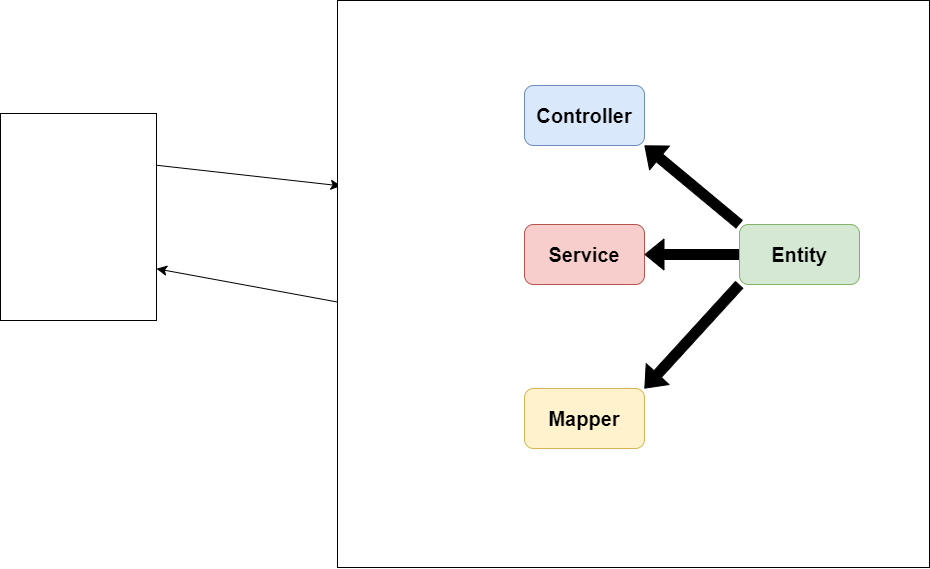
The draw.io diagram アプリケーション概略図.drawio.png in InoseDa/spring, before a commit. Source tidied: cells renumbered, new cells last; positions are measured from the earlier drawing's top-left corner, leaving out a move shared by most shapes. Source of this version:
```xml
<mxGraphModel>
  <root>
    <mxCell id="0" />
    <mxCell id="1" parent="0" />
    <mxCell id="2" value="&lt;br&gt;" style="edgeStyle=none;curved=1;rounded=0;jettySize=auto;html=1;exitX=0;exitY=0.75;exitDx=0;exitDy=0;fontSize=10;startSize=8;endSize=8;entryX=0.006;entryY=0.327;entryDx=0;entryDy=0;entryPerimeter=0;" parent="1" edge="1" source="4" target="5">
      <mxGeometry relative="1" as="geometry" />
    </mxCell>
    <mxCell id="3" style="edgeStyle=none;curved=1;rounded=0;jettySize=auto;html=1;exitX=0.001;exitY=0.532;exitDx=0;exitDy=0;fontSize=12;startSize=8;endSize=8;entryX=0;entryY=0.25;entryDx=0;entryDy=0;exitPerimeter=0;" parent="1" edge="1" source="5" target="4">
      <mxGeometry relative="1" as="geometry" />
    </mxCell>
    <mxCell id="4" style="rounded=0;whiteSpace=wrap;html=1;fontSize=16;direction=west;" parent="1" vertex="1">
      <mxGeometry y="113" width="156" height="207" as="geometry" />
    </mxCell>
    <mxCell id="5" style="whiteSpace=wrap;html=1;fontSize=16;" parent="1" vertex="1">
      <mxGeometry x="337" width="592" height="567" as="geometry" />
    </mxCell>
    <mxCell id="6" value="&lt;p&gt;&lt;span style=&quot;font-size: 20px;&quot;&gt;&lt;b&gt;Mapper&lt;/b&gt;&lt;/span&gt;&lt;/p&gt;" style="rounded=1;whiteSpace=wrap;html=1;fontSize=16;fillColor=#fff2cc;strokeColor=#d6b656;" parent="1" vertex="1">
      <mxGeometry x="524" y="388" width="120" height="60" as="geometry" />
    </mxCell>
    <mxCell id="7" value="&lt;p&gt;&lt;b&gt;&lt;font style=&quot;font-size: 20px;&quot; face=&quot;Helvetica&quot;&gt;Service&lt;/font&gt;&lt;/b&gt;&lt;/p&gt;" style="rounded=1;whiteSpace=wrap;html=1;fontSize=16;fillColor=#f8cecc;strokeColor=#b85450;" parent="1" vertex="1">
      <mxGeometry x="524" y="224" width="120" height="60" as="geometry" />
    </mxCell>
    <mxCell id="8" value="&lt;p&gt;&lt;b&gt;&lt;font style=&quot;font-size: 20px;&quot; face=&quot;Helvetica&quot;&gt;C&lt;/font&gt;&lt;/b&gt;&lt;b style=&quot;background-color: initial;&quot;&gt;&lt;font style=&quot;font-size: 20px;&quot; face=&quot;Helvetica&quot;&gt;ontroller&lt;/font&gt;&lt;/b&gt;&lt;/p&gt;" style="rounded=1;whiteSpace=wrap;html=1;fontSize=16;fillColor=#dae8fc;strokeColor=#6c8ebf;" parent="1" vertex="1">
      <mxGeometry x="524" y="85" width="120" height="60" as="geometry" />
    </mxCell>
    <mxCell id="9" style="edgeStyle=none;curved=1;rounded=0;jettySize=auto;html=1;exitX=0;exitY=0.5;exitDx=0;exitDy=0;entryX=1;entryY=0.5;entryDx=0;entryDy=0;fontSize=12;shape=flexArrow;fillColor=#000000;gradientColor=none;strokeColor=#000000;" parent="1" edge="1" source="12" target="7">
      <mxGeometry relative="1" as="geometry" />
    </mxCell>
    <mxCell id="10" style="edgeStyle=none;curved=1;rounded=0;jettySize=auto;html=1;exitX=0;exitY=0;exitDx=0;exitDy=0;entryX=1;entryY=1;entryDx=0;entryDy=0;fontSize=12;shape=flexArrow;fillColor=#000000;gradientColor=none;strokeColor=#000000;" parent="1" edge="1" source="12" target="8">
      <mxGeometry relative="1" as="geometry" />
    </mxCell>
    <mxCell id="11" style="edgeStyle=none;curved=1;rounded=0;jettySize=auto;html=1;exitX=0;exitY=1;exitDx=0;exitDy=0;entryX=1;entryY=0;entryDx=0;entryDy=0;fontSize=12;shape=flexArrow;strokeColor=#000000;fillColor=#000000;" parent="1" edge="1" source="12" target="6">
      <mxGeometry relative="1" as="geometry" />
    </mxCell>
    <mxCell id="12" value="&lt;p&gt;&lt;span style=&quot;font-size: 20px;&quot;&gt;&lt;b&gt;Entity&lt;/b&gt;&lt;/span&gt;&lt;/p&gt;" style="rounded=1;whiteSpace=wrap;html=1;fontSize=16;fillColor=#d5e8d4;strokeColor=#82b366;" parent="1" vertex="1">
      <mxGeometry x="739" y="224" width="120" height="60" as="geometry" />
    </mxCell>
  </root>
</mxGraphModel>
```
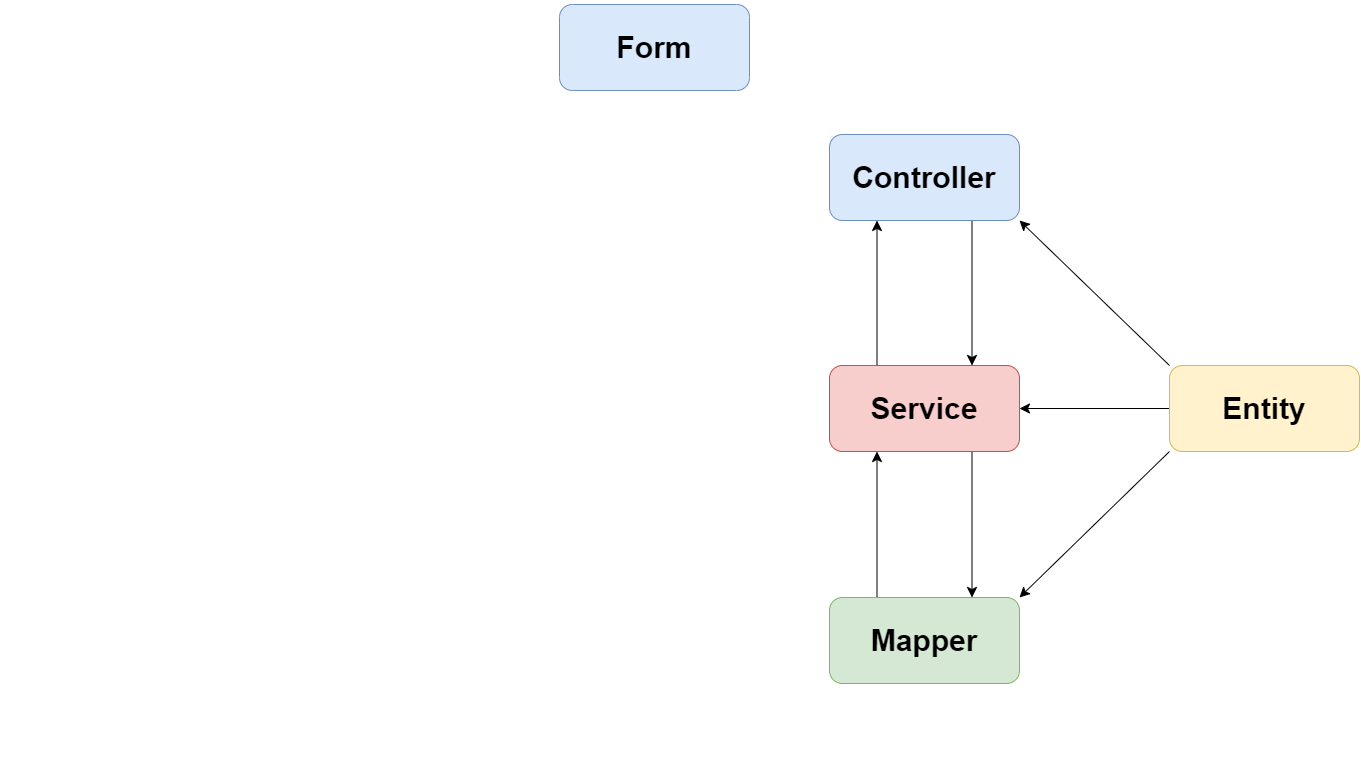
The same diagram one commit later.

Commit message:
アプリケーション概略図.drawio.png を更新します

What changed in the source:
```diff
@@ -2,38 +2,56 @@
   <root>
     <mxCell id="0" />
     <mxCell id="1" parent="0" />
-    <mxCell id="2" value="&lt;br&gt;" style="edgeStyle=none;curved=1;rounded=0;jettySize=auto;html=1;exitX=0;exitY=0.75;exitDx=0;exitDy=0;fontSize=10;startSize=8;endSize=8;entryX=0.006;entryY=0.327;entryDx=0;entryDy=0;entryPerimeter=0;" parent="1" edge="1" source="4" target="5">
-      <mxGeometry relative="1" as="geometry" />
-    </mxCell>
-    <mxCell id="3" style="edgeStyle=none;curved=1;rounded=0;jettySize=auto;html=1;exitX=0.001;exitY=0.532;exitDx=0;exitDy=0;fontSize=12;startSize=8;endSize=8;entryX=0;entryY=0.25;entryDx=0;entryDy=0;exitPerimeter=0;" parent="1" edge="1" source="5" target="4">
-      <mxGeometry relative="1" as="geometry" />
-    </mxCell>
-    <mxCell id="4" style="rounded=0;whiteSpace=wrap;html=1;fontSize=16;direction=west;" parent="1" vertex="1">
-      <mxGeometry y="113" width="156" height="207" as="geometry" />
-    </mxCell>
-    <mxCell id="5" style="whiteSpace=wrap;html=1;fontSize=16;" parent="1" vertex="1">
-      <mxGeometry x="337" width="592" height="567" as="geometry" />
-    </mxCell>
+    <mxCell id="13" style="edgeStyle=none;curved=1;rounded=0;orthogonalLoop=1;jettySize=auto;html=1;exitX=0.75;exitY=1;exitDx=0;exitDy=0;fontSize=12;startSize=8;endSize=8;" parent="1" edge="1">
+      <mxGeometry relative="1" as="geometry">
+        <mxPoint x="-62.2" y="-70" as="sourcePoint" />
+        <mxPoint x="-62.2" y="-70" as="targetPoint" />
+      </mxGeometry>
+    </mxCell>
+    <mxCell id="14" style="edgeStyle=none;curved=1;rounded=0;orthogonalLoop=1;jettySize=auto;html=1;exitX=0.75;exitY=1;exitDx=0;exitDy=0;fontSize=12;startSize=8;endSize=8;" parent="1" edge="1">
+      <mxGeometry relative="1" as="geometry">
+        <mxPoint x="-62.2" y="-70" as="sourcePoint" />
+        <mxPoint x="-62.2" y="-70" as="targetPoint" />
+      </mxGeometry>
+    </mxCell>
+    <mxCell id="15" style="group;" parent="1" vertex="1">
+      <mxGeometry x="395" y="-316" width="793.6" height="641.4" as="geometry" />
+    </mxCell>
+    <mxCell id="16" style="edgeStyle=none;curved=1;rounded=0;jettySize=auto;html=1;exitX=0.75;exitY=1;exitDx=0;exitDy=0;entryX=0.75;entryY=0;entryDx=0;entryDy=0;fontSize=12;startSize=8;endSize=8;" parent="1" edge="1" source="17" target="7">
+      <mxGeometry relative="1" as="geometry" />
+    </mxCell>
+    <mxCell id="17" value="&lt;p style=&quot;font-size: 30px;&quot;&gt;&lt;span style=&quot;font-size: 30px;&quot;&gt;&lt;span style=&quot;font-size: 30px;&quot;&gt;Controller&lt;/span&gt;&lt;/span&gt;&lt;/p&gt;" style="rounded=1;whiteSpace=wrap;html=1;fontSize=30;fillColor=#dae8fc;strokeColor=#6c8ebf;fontStyle=1;horizontal=1;align=center;" parent="1" vertex="1">
+      <mxGeometry x="758" y="-312" width="190" height="86" as="geometry" />
+    </mxCell>
+    <mxCell id="18" style="edgeStyle=none;curved=1;rounded=0;jettySize=auto;html=1;exitX=0.25;exitY=0;exitDx=0;exitDy=0;entryX=0.25;entryY=1;entryDx=0;entryDy=0;fontSize=12;startSize=8;endSize=8;" parent="1" edge="1" source="7" target="17">
+      <mxGeometry relative="1" as="geometry" />
+    </mxCell>
+    <mxCell id="19" style="edgeStyle=none;curved=1;rounded=0;jettySize=auto;html=1;exitX=0.75;exitY=1;exitDx=0;exitDy=0;entryX=0.75;entryY=0;entryDx=0;entryDy=0;fontSize=12;startSize=8;endSize=8;" parent="1" edge="1" source="7" target="6">
+      <mxGeometry relative="1" as="geometry" />
+    </mxCell>
+    <mxCell id="7" value="&lt;p style=&quot;font-size: 30px;&quot;&gt;&lt;span style=&quot;font-size: 30px;&quot;&gt;&lt;span style=&quot;font-size: 30px;&quot;&gt;Service&lt;/span&gt;&lt;/span&gt;&lt;/p&gt;" style="rounded=1;whiteSpace=wrap;html=1;fontSize=30;fillColor=#f8cecc;strokeColor=#b85450;fontStyle=1;horizontal=1;align=center;" parent="1" vertex="1">
+      <mxGeometry x="758" y="-81" width="190" height="86" as="geometry" />
+    </mxCell>
+    <mxCell id="20" style="edgeStyle=none;curved=1;rounded=0;jettySize=auto;html=1;exitX=0.25;exitY=0;exitDx=0;exitDy=0;entryX=0.25;entryY=1;entryDx=0;entryDy=0;fontSize=12;startSize=8;endSize=8;" parent="1" edge="1" source="6" target="7">
+      <mxGeometry relative="1" as="geometry" />
+    </mxCell>
-    <mxCell id="6" value="&lt;p&gt;&lt;span style=&quot;font-size: 20px;&quot;&gt;&lt;b&gt;Mapper&lt;/b&gt;&lt;/span&gt;&lt;/p&gt;" style="rounded=1;whiteSpace=wrap;html=1;fontSize=16;fillColor=#fff2cc;strokeColor=#d6b656;" parent="1" vertex="1">
-      <mxGeometry x="524" y="388" width="120" height="60" as="geometry" />
+    <mxCell id="6" value="&lt;p style=&quot;font-size: 30px;&quot;&gt;&lt;span style=&quot;font-size: 30px;&quot;&gt;&lt;span style=&quot;font-size: 30px;&quot;&gt;Mapper&lt;/span&gt;&lt;/span&gt;&lt;/p&gt;" style="rounded=1;whiteSpace=wrap;html=1;fontSize=30;fillColor=#d5e8d4;strokeColor=#82b366;fontStyle=1;horizontal=1;align=center;" parent="1" vertex="1">
+      <mxGeometry x="758" y="151" width="190" height="86" as="geometry" />
     </mxCell>
-    <mxCell id="7" value="&lt;p&gt;&lt;b&gt;&lt;font style=&quot;font-size: 20px;&quot; face=&quot;Helvetica&quot;&gt;Service&lt;/font&gt;&lt;/b&gt;&lt;/p&gt;" style="rounded=1;whiteSpace=wrap;html=1;fontSize=16;fillColor=#f8cecc;strokeColor=#b85450;" parent="1" vertex="1">
-      <mxGeometry x="524" y="224" width="120" height="60" as="geometry" />
-    </mxCell>
-    <mxCell id="8" value="&lt;p&gt;&lt;b&gt;&lt;font style=&quot;font-size: 20px;&quot; face=&quot;Helvetica&quot;&gt;C&lt;/font&gt;&lt;/b&gt;&lt;b style=&quot;background-color: initial;&quot;&gt;&lt;font style=&quot;font-size: 20px;&quot; face=&quot;Helvetica&quot;&gt;ontroller&lt;/font&gt;&lt;/b&gt;&lt;/p&gt;" style="rounded=1;whiteSpace=wrap;html=1;fontSize=16;fillColor=#dae8fc;strokeColor=#6c8ebf;" parent="1" vertex="1">
-      <mxGeometry x="524" y="85" width="120" height="60" as="geometry" />
-    </mxCell>
+    <mxCell id="21" value="&lt;p style=&quot;font-size: 30px;&quot;&gt;&lt;span style=&quot;font-size: 30px;&quot;&gt;&lt;span style=&quot;font-size: 30px;&quot;&gt;Form&lt;/span&gt;&lt;/span&gt;&lt;/p&gt;" style="rounded=1;whiteSpace=wrap;html=1;fontSize=30;fillColor=#dae8fc;strokeColor=#6c8ebf;fontStyle=1;horizontal=1;align=center;" parent="1" vertex="1">
+      <mxGeometry x="488" y="-442" width="190" height="86" as="geometry" />
+    </mxCell>
+    <mxCell id="22" style="edgeStyle=none;curved=1;rounded=0;jettySize=auto;html=1;exitX=0;exitY=0;exitDx=0;exitDy=0;entryX=1;entryY=1;entryDx=0;entryDy=0;fontSize=12;startSize=8;endSize=8;" parent="1" edge="1" source="12" target="17">
+      <mxGeometry relative="1" as="geometry" />
+    </mxCell>
-    <mxCell id="9" style="edgeStyle=none;curved=1;rounded=0;jettySize=auto;html=1;exitX=0;exitY=0.5;exitDx=0;exitDy=0;entryX=1;entryY=0.5;entryDx=0;entryDy=0;fontSize=12;shape=flexArrow;fillColor=#000000;gradientColor=none;strokeColor=#000000;" parent="1" edge="1" source="12" target="7">
+    <mxCell id="9" style="edgeStyle=none;curved=1;rounded=0;jettySize=auto;html=1;exitX=0;exitY=0.5;exitDx=0;exitDy=0;entryX=1;entryY=0.5;entryDx=0;entryDy=0;fontSize=12;startSize=8;endSize=8;" parent="1" edge="1" source="12" target="7">
       <mxGeometry relative="1" as="geometry" />
     </mxCell>
-    <mxCell id="10" style="edgeStyle=none;curved=1;rounded=0;jettySize=auto;html=1;exitX=0;exitY=0;exitDx=0;exitDy=0;entryX=1;entryY=1;entryDx=0;entryDy=0;fontSize=12;shape=flexArrow;fillColor=#000000;gradientColor=none;strokeColor=#000000;" parent="1" edge="1" source="12" target="8">
-      <mxGeometry relative="1" as="geometry" />
-    </mxCell>
-    <mxCell id="11" style="edgeStyle=none;curved=1;rounded=0;jettySize=auto;html=1;exitX=0;exitY=1;exitDx=0;exitDy=0;entryX=1;entryY=0;entryDx=0;entryDy=0;fontSize=12;shape=flexArrow;strokeColor=#000000;fillColor=#000000;" parent="1" edge="1" source="12" target="6">
+    <mxCell id="11" style="edgeStyle=none;curved=1;rounded=0;jettySize=auto;html=1;exitX=0;exitY=1;exitDx=0;exitDy=0;entryX=1;entryY=0;entryDx=0;entryDy=0;fontSize=12;startSize=8;endSize=8;" parent="1" edge="1" source="12" target="6">
       <mxGeometry relative="1" as="geometry" />
     </mxCell>
-    <mxCell id="12" value="&lt;p&gt;&lt;span style=&quot;font-size: 20px;&quot;&gt;&lt;b&gt;Entity&lt;/b&gt;&lt;/span&gt;&lt;/p&gt;" style="rounded=1;whiteSpace=wrap;html=1;fontSize=16;fillColor=#d5e8d4;strokeColor=#82b366;" parent="1" vertex="1">
-      <mxGeometry x="739" y="224" width="120" height="60" as="geometry" />
+    <mxCell id="12" value="&lt;p style=&quot;font-size: 30px;&quot;&gt;&lt;span style=&quot;font-size: 30px;&quot;&gt;&lt;span style=&quot;font-size: 30px;&quot;&gt;Entity&lt;/span&gt;&lt;/span&gt;&lt;/p&gt;" style="rounded=1;whiteSpace=wrap;html=1;fontSize=30;fillColor=#fff2cc;strokeColor=#d6b656;fontStyle=1;horizontal=1;align=center;" parent="1" vertex="1">
+      <mxGeometry x="1098" y="-81" width="190" height="86" as="geometry" />
     </mxCell>
   </root>
 </mxGraphModel>
```
